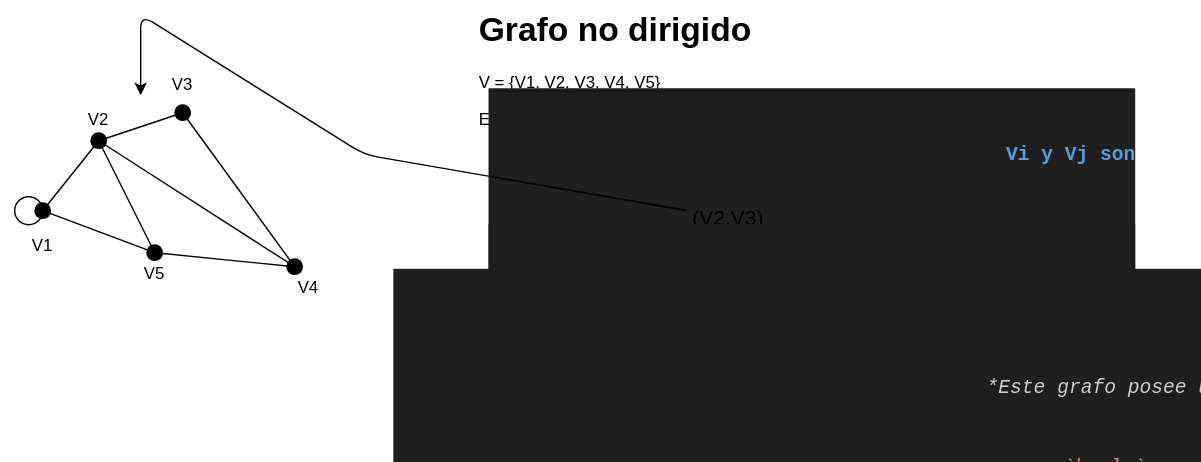
Nordcode-cyber/Algoritmos-Estructdatos keeps this draw.io diagram as Estructura-de-datos/Grafos/Grafo-nodir.drawio.svg. Above is the earlier version. Source tidied: cells renumbered, new cells last; positions are measured from the earlier drawing's top-left corner, leaving out a move shared by most shapes.
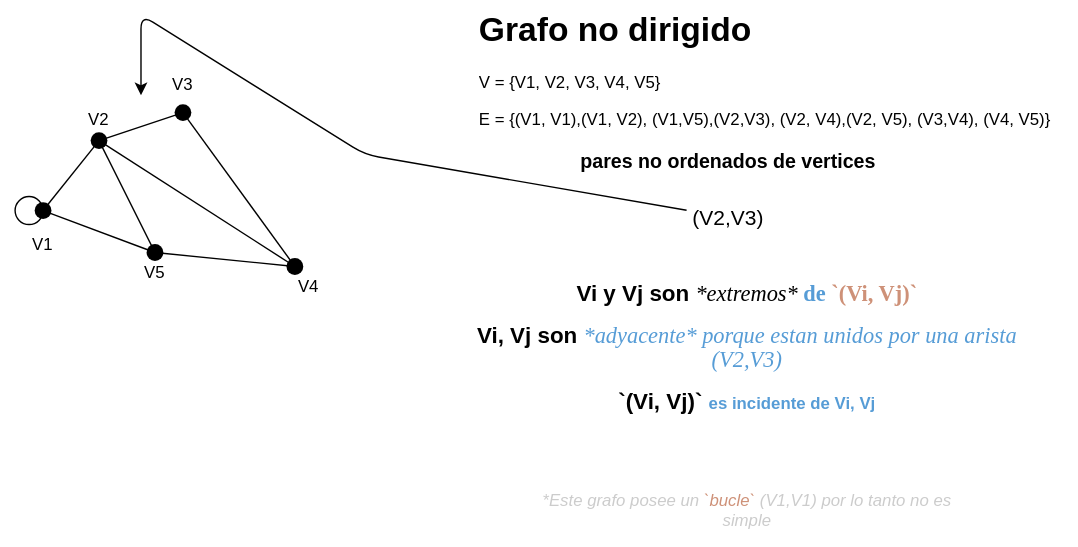
Later version of the same file.

Change to the diagram source:
```diff
@@ -64,9 +64,6 @@
     <mxCell id="21" value="&lt;font style=&quot;color: light-dark(rgb(0, 0, 0), rgb(178, 0, 0));&quot;&gt;V5&lt;/font&gt;" style="text;html=1;align=center;verticalAlign=middle;whiteSpace=wrap;rounded=0;" parent="1" vertex="1">
       <mxGeometry x="80" y="180" width="60" height="30" as="geometry" />
     </mxCell>
-    <mxCell id="22" value="&lt;div style=&quot;color: rgb(204, 204, 204); background-color: rgb(31, 31, 31); font-family: Consolas, &amp;quot;Courier New&amp;quot;, monospace; font-size: 14px; line-height: 19px; white-space: pre;&quot;&gt;&lt;span style=&quot;color: #569cd6;font-weight: bold;&quot;&gt;Vi y Vj son &lt;/span&gt;&lt;span style=&quot;color: #569cd6;font-style: italic;&quot;&gt;*extremos*&lt;/span&gt;&lt;span style=&quot;color: #569cd6;font-weight: bold;&quot;&gt; de &lt;/span&gt;&lt;span style=&quot;color: #ce9178;font-weight: bold;&quot;&gt;`(Vi, Vj)`&lt;/span&gt;&lt;/div&gt;" style="text;html=1;align=center;verticalAlign=middle;whiteSpace=wrap;rounded=0;" parent="1" vertex="1">
-      <mxGeometry x="380" y="175" width="400" height="40" as="geometry" />
-    </mxCell>
     <mxCell id="23" style="edgeStyle=none;html=1;entryX=0;entryY=0.75;entryDx=0;entryDy=0;" parent="1" edge="1" source="24" target="19">
       <mxGeometry relative="1" as="geometry">
         <Array as="points">
@@ -78,14 +75,8 @@
     <mxCell id="24" value="&lt;font style=&quot;font-size: 15px;&quot;&gt;(V2,V3)&lt;/font&gt;" style="text;html=1;align=center;verticalAlign=middle;whiteSpace=wrap;rounded=0;" parent="1" vertex="1">
       <mxGeometry x="490" y="140" width="60" height="30" as="geometry" />
     </mxCell>
-    <mxCell id="25" value="&lt;div style=&quot;color: rgb(204, 204, 204); background-color: rgb(31, 31, 31); font-family: Consolas, &amp;quot;Courier New&amp;quot;, monospace; font-size: 14px; line-height: 19px; white-space: pre;&quot;&gt;&lt;span style=&quot;color: #569cd6;font-weight: bold;&quot;&gt;Vi, Vj son &lt;/span&gt;&lt;span style=&quot;color: #569cd6;font-style: italic;&quot;&gt;*adyacente*&lt;/span&gt;&lt;/div&gt;" style="text;html=1;align=center;verticalAlign=middle;whiteSpace=wrap;rounded=0;" parent="1" vertex="1">
-      <mxGeometry x="440" y="220" width="280" height="30" as="geometry" />
-    </mxCell>
-    <mxCell id="26" value="&lt;div style=&quot;color: rgb(204, 204, 204); background-color: rgb(31, 31, 31); font-family: Consolas, &amp;quot;Courier New&amp;quot;, monospace; font-size: 14px; line-height: 19px; white-space: pre;&quot;&gt;&lt;span style=&quot;color: #ce9178;font-weight: bold;&quot;&gt;`(Vi, Vj)`&lt;/span&gt;&lt;span style=&quot;color: #569cd6;font-weight: bold;&quot;&gt; es incidente de Vi, Vj&lt;/span&gt;&lt;/div&gt;" style="text;html=1;align=center;verticalAlign=middle;whiteSpace=wrap;rounded=0;" parent="1" vertex="1">
-      <mxGeometry x="450" y="260" width="270" height="30" as="geometry" />
-    </mxCell>
-    <mxCell id="27" value="&lt;div style=&quot;color: rgb(204, 204, 204); background-color: rgb(31, 31, 31); font-family: Consolas, &amp;quot;Courier New&amp;quot;, monospace; font-size: 14px; line-height: 19px; white-space: pre;&quot;&gt;&lt;span style=&quot;color: rgb(204, 204, 204);&quot;&gt;&amp;nbsp;&lt;/span&gt;&lt;span style=&quot;color: rgb(204, 204, 204); font-style: italic;&quot;&gt;*Este grafo posee un &lt;/span&gt;&lt;span style=&quot;color: rgb(206, 145, 120); font-style: italic;&quot;&gt;`bucle`&lt;/span&gt;&lt;span style=&quot;color: rgb(204, 204, 204); font-style: italic;&quot;&gt; (V1,V1) por lo tanto no es simple&lt;/span&gt;&lt;/div&gt;" style="text;html=1;align=center;verticalAlign=middle;whiteSpace=wrap;rounded=0;" parent="1" vertex="1">
-      <mxGeometry x="350" y="300" width="507.5" height="30" as="geometry" />
-    </mxCell>
+    <mxCell id="28" value="&lt;p class=&quot;MsoNormal&quot;&gt;&lt;font style=&quot;color: light-dark(rgb(0, 0, 0), rgb(51, 51, 51));&quot;&gt;&lt;b&gt;&lt;span style=&quot;font-size:12.0pt;line-height:107%;&lt;br/&gt;font-family:&amp;quot;Times New Roman&amp;quot;,serif;mso-ansi-language:ES&quot; lang=&quot;ES&quot;&gt;Vi y Vj son &lt;/span&gt;&lt;/b&gt;&lt;i&gt;&lt;span style=&quot;font-size:12.0pt;line-height:107%;font-family:&amp;quot;Times New Roman&amp;quot;,serif;&lt;br/&gt;mso-ansi-language:ES&quot; lang=&quot;ES&quot;&gt;*extremos*&lt;/span&gt;&lt;/i&gt;&lt;b&gt;&lt;span style=&quot;font-size:12.0pt;line-height:107%;font-family:&amp;quot;Times New Roman&amp;quot;,serif;&lt;br/&gt;mso-ansi-language:ES&quot; lang=&quot;ES&quot;&gt;&lt;span style=&quot;scrollbar-color: rgb(75, 75, 75) rgb(27, 29, 30); color: rgb(86, 156, 214);&quot;&gt; de &lt;/span&gt;&lt;span style=&quot;scrollbar-color: rgb(75, 75, 75) rgb(27, 29, 30); color: rgb(206, 145, 120);&quot;&gt;`(Vi, Vj)`&lt;/span&gt;&lt;/span&gt;&lt;/b&gt;&lt;/font&gt;&lt;/p&gt;&lt;p class=&quot;MsoNormal&quot;&gt;&lt;font style=&quot;&quot;&gt;&lt;b style=&quot;color: light-dark(rgb(0, 0, 0), rgb(51, 51, 51));&quot;&gt;&lt;span style=&quot;font-size:12.0pt;line-height:107%;&lt;br/&gt;font-family:&amp;quot;Times New Roman&amp;quot;,serif&quot;&gt;Vi, Vj son &lt;/span&gt;&lt;/b&gt;&lt;i style=&quot;&quot;&gt;&lt;span style=&quot;font-size: 12pt; line-height: 107%; font-family: &amp;quot;Times New Roman&amp;quot;, serif;&quot;&gt;&lt;span style=&quot;color: rgb(86, 156, 214); scrollbar-color: rgb(75, 75, 75) rgb(27, 29, 30);&quot;&gt;*adyacente* porque estan unidos por una arista&lt;/span&gt;&lt;span style=&quot;scrollbar-color: rgb(75, 75, 75) rgb(27, 29, 30); color: rgb(86, 156, 214);&quot;&gt;&lt;font style=&quot;color: light-dark(rgb(86, 156, 214), rgb(178, 0, 0));&quot;&gt;(V2,V3)&lt;/font&gt;&lt;/span&gt;&lt;/span&gt;&lt;/i&gt;&lt;/font&gt;&lt;/p&gt;&lt;p class=&quot;MsoNormal&quot;&gt;&lt;b&gt;&lt;font style=&quot;color: light-dark(rgb(0, 0, 0), rgb(51, 51, 51));&quot;&gt;&lt;span style=&quot;font-size:12.0pt;line-height:107%;&lt;br/&gt;font-family:&amp;quot;Times New Roman&amp;quot;,serif;mso-ansi-language:ES&quot; lang=&quot;ES&quot;&gt;`(Vi, Vj)`&lt;/span&gt;&lt;span style=&quot;scrollbar-color: rgb(75, 75, 75) rgb(27, 29, 30); color: rgb(86, 156, 214);&quot;&gt; es incidente de Vi, Vj&lt;/span&gt;&lt;/font&gt;&lt;/b&gt;&lt;/p&gt;&lt;font style=&quot;color: light-dark(rgb(0, 0, 0), rgb(51, 51, 51));&quot;&gt;&lt;br&gt;&lt;br&gt;&lt;/font&gt;&lt;p class=&quot;MsoNormal&quot;&gt;&lt;font style=&quot;color: light-dark(rgb(0, 0, 0), rgb(51, 51, 51));&quot;&gt;&lt;span style=&quot;font-size:12.0pt;line-height:107%;&lt;br/&gt;font-family:&amp;quot;Times New Roman&amp;quot;,serif;mso-ansi-language:ES&quot; lang=&quot;ES&quot;&gt;&amp;nbsp;&lt;/span&gt;&lt;i&gt;&lt;font style=&quot;&quot;&gt;&lt;span style=&quot;scrollbar-color: rgb(75, 75, 75) rgb(27, 29, 30); color: rgb(204, 204, 204);&quot;&gt;*Este grafo posee un &lt;/span&gt;&lt;span style=&quot;scrollbar-color: rgb(75, 75, 75) rgb(27, 29, 30); color: rgb(206, 145, 120);&quot;&gt;`bucle`&lt;/span&gt;&lt;span style=&quot;scrollbar-color: rgb(75, 75, 75) rgb(27, 29, 30); color: rgb(204, 204, 204);&quot;&gt; (V1,V1) por lo tanto no es&lt;br&gt;simple&lt;/span&gt;&lt;/font&gt;&lt;/i&gt;&lt;/font&gt;&lt;/p&gt;" style="text;html=1;align=center;verticalAlign=middle;whiteSpace=wrap;rounded=0;" parent="1" vertex="1">
+      <mxGeometry x="316" y="190" width="435" height="200" as="geometry" />
+    </mxCell>
   </root>
 </mxGraphModel>
```
